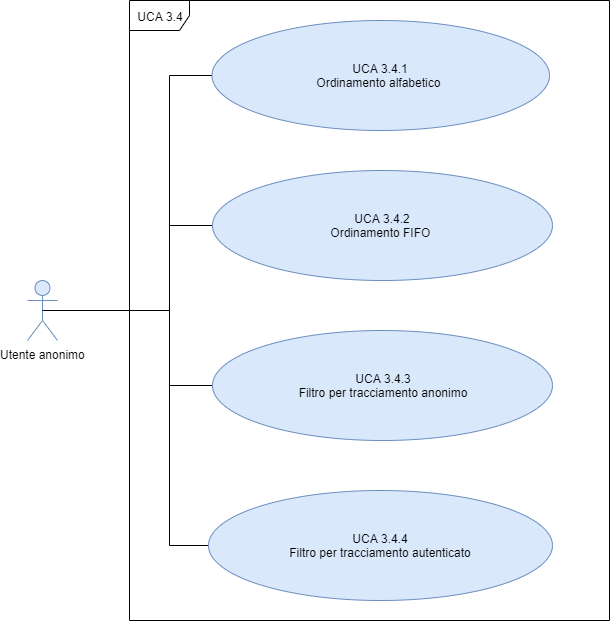
The draw.io diagram DocumentazioneEsterna/AnalisiRequisiti/sezioni/UseCase/Immagini/UCA3.4.png in qb-team/Stalker-Documentazione, before a commit. Source tidied: cells renumbered, new cells last; positions are measured from the earlier drawing's top-left corner, leaving out a move shared by most shapes. Its diagram source:
```xml
<mxGraphModel>
  <root>
    <mxCell id="0" />
    <mxCell id="1" parent="0" />
    <mxCell id="2" value="UCA 3.4" style="shape=umlFrame;whiteSpace=wrap;html=1;fontFamily=Helvetica;fontSize=12;" parent="1" vertex="1">
      <mxGeometry x="102" width="480" height="620" as="geometry" />
    </mxCell>
    <mxCell id="3" value="Utente anonimo" style="shape=umlActor;verticalLabelPosition=bottom;labelBackgroundColor=#ffffff;verticalAlign=top;html=1;outlineConnect=0;fillColor=#dae8fc;strokeColor=#6c8ebf;fontFamily=Helvetica;fontSize=12;" parent="1" vertex="1">
      <mxGeometry y="280" width="30" height="60" as="geometry" />
    </mxCell>
    <mxCell id="4" style="edgeStyle=orthogonalEdgeStyle;rounded=0;jettySize=auto;html=1;exitX=0;exitY=0.5;exitDx=0;exitDy=0;entryX=0.5;entryY=0.5;entryDx=0;entryDy=0;entryPerimeter=0;endArrow=none;endFill=0;fontFamily=Helvetica;fontSize=12;" parent="1" edge="1" source="5" target="3">
      <mxGeometry relative="1" as="geometry">
        <Array as="points">
          <mxPoint x="142" y="75" />
          <mxPoint x="142" y="310" />
        </Array>
      </mxGeometry>
    </mxCell>
    <mxCell id="5" value="&lt;span style=&quot;font-size: 12px ; white-space: normal&quot;&gt;UCA 3.4.1&lt;br&gt;Ordinamento alfabetico&amp;nbsp;&lt;/span&gt;" style="ellipse;whiteSpace=wrap;html=1;fillColor=#dae8fc;strokeColor=#6c8ebf;fontFamily=Helvetica;fontSize=12;" parent="1" vertex="1">
      <mxGeometry x="184.5" y="20" width="337.5" height="110" as="geometry" />
    </mxCell>
    <mxCell id="6" style="edgeStyle=orthogonalEdgeStyle;rounded=0;jettySize=auto;html=1;exitX=0;exitY=0.5;exitDx=0;exitDy=0;endArrow=none;endFill=0;fontFamily=Helvetica;fontSize=12;" parent="1" edge="1" source="7">
      <mxGeometry relative="1" as="geometry">
        <mxPoint x="142" y="225" as="targetPoint" />
      </mxGeometry>
    </mxCell>
    <mxCell id="7" value="&lt;span style=&quot;line-height: 107% ; font-size: 12px&quot;&gt;&lt;font style=&quot;font-size: 12px&quot;&gt;UCA 3.4.2&lt;br&gt;Ordinamento FIFO&amp;nbsp;&lt;/font&gt;&lt;/span&gt;" style="ellipse;whiteSpace=wrap;html=1;fillColor=#dae8fc;strokeColor=#6c8ebf;fontFamily=Helvetica;fontSize=12;" parent="1" vertex="1">
      <mxGeometry x="185" y="170" width="340" height="110" as="geometry" />
    </mxCell>
    <mxCell id="8" style="edgeStyle=orthogonalEdgeStyle;rounded=0;jettySize=auto;html=1;exitX=0;exitY=0.5;exitDx=0;exitDy=0;endArrow=none;endFill=0;fontFamily=Helvetica;fontSize=12;" parent="1" edge="1" source="9">
      <mxGeometry relative="1" as="geometry">
        <mxPoint x="142" y="380" as="targetPoint" />
      </mxGeometry>
    </mxCell>
    <mxCell id="9" value="&lt;span style=&quot;line-height: 107% ; font-size: 12px&quot;&gt;&lt;font style=&quot;font-size: 12px&quot;&gt;UCA 3.4.4&lt;br&gt;&lt;span style=&quot;line-height: 107% ; font-size: 12px&quot;&gt;Filtro per tracciamento autenticato&lt;/span&gt;&lt;/font&gt;&lt;br style=&quot;font-size: 12px&quot;&gt;&lt;/span&gt;" style="ellipse;whiteSpace=wrap;html=1;fillColor=#dae8fc;strokeColor=#6c8ebf;fontFamily=Helvetica;fontSize=12;" parent="1" vertex="1">
      <mxGeometry x="181" y="490" width="344" height="110" as="geometry" />
    </mxCell>
    <mxCell id="10" style="edgeStyle=orthogonalEdgeStyle;rounded=0;jettySize=auto;html=1;exitX=0;exitY=0.5;exitDx=0;exitDy=0;endArrow=none;endFill=0;fontFamily=Helvetica;fontSize=12;" parent="1" edge="1" source="11">
      <mxGeometry relative="1" as="geometry">
        <mxPoint x="142" y="310" as="targetPoint" />
      </mxGeometry>
    </mxCell>
    <mxCell id="11" value="&lt;span style=&quot;line-height: 107% ; font-size: 12px&quot;&gt;&lt;font style=&quot;font-size: 12px&quot;&gt;UCA 3.4.3&lt;br&gt;Filtro per tracciamento anonimo&lt;/font&gt;&lt;/span&gt;" style="ellipse;whiteSpace=wrap;html=1;fillColor=#dae8fc;strokeColor=#6c8ebf;fontFamily=Helvetica;fontSize=12;" parent="1" vertex="1">
      <mxGeometry x="185" y="330" width="340" height="110" as="geometry" />
    </mxCell>
  </root>
</mxGraphModel>
```
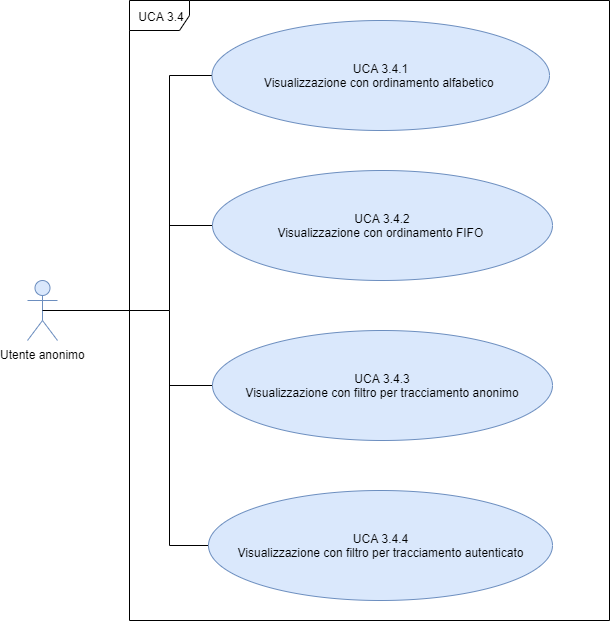
After the change.

What changed in the source:
```diff
@@ -16,7 +16,7 @@
         </Array>
       </mxGeometry>
     </mxCell>
-    <mxCell id="5" value="&lt;span style=&quot;font-size: 12px ; white-space: normal&quot;&gt;UCA 3.4.1&lt;br&gt;Ordinamento alfabetico&amp;nbsp;&lt;/span&gt;" style="ellipse;whiteSpace=wrap;html=1;fillColor=#dae8fc;strokeColor=#6c8ebf;fontFamily=Helvetica;fontSize=12;" parent="1" vertex="1">
+    <mxCell id="5" value="UCA 3.4.1&lt;br&gt;Visualizzazione con ordinamento alfabetico&amp;nbsp;" style="ellipse;whiteSpace=wrap;html=1;fillColor=#dae8fc;strokeColor=#6c8ebf;fontFamily=Helvetica;fontSize=12;" parent="1" vertex="1">
       <mxGeometry x="184.5" y="20" width="337.5" height="110" as="geometry" />
     </mxCell>
     <mxCell id="6" style="edgeStyle=orthogonalEdgeStyle;rounded=0;jettySize=auto;html=1;exitX=0;exitY=0.5;exitDx=0;exitDy=0;endArrow=none;endFill=0;fontFamily=Helvetica;fontSize=12;" parent="1" edge="1" source="7">
@@ -24,7 +24,7 @@
         <mxPoint x="142" y="225" as="targetPoint" />
       </mxGeometry>
     </mxCell>
-    <mxCell id="7" value="&lt;span style=&quot;line-height: 107% ; font-size: 12px&quot;&gt;&lt;font style=&quot;font-size: 12px&quot;&gt;UCA 3.4.2&lt;br&gt;Ordinamento FIFO&amp;nbsp;&lt;/font&gt;&lt;/span&gt;" style="ellipse;whiteSpace=wrap;html=1;fillColor=#dae8fc;strokeColor=#6c8ebf;fontFamily=Helvetica;fontSize=12;" parent="1" vertex="1">
+    <mxCell id="7" value="&lt;span style=&quot;line-height: 107% ; font-size: 12px&quot;&gt;&lt;font style=&quot;font-size: 12px&quot;&gt;UCA 3.4.2&lt;br&gt;Visualizzazione con ordinamento FIFO&amp;nbsp;&lt;/font&gt;&lt;/span&gt;" style="ellipse;whiteSpace=wrap;html=1;fillColor=#dae8fc;strokeColor=#6c8ebf;fontFamily=Helvetica;fontSize=12;" parent="1" vertex="1">
       <mxGeometry x="185" y="170" width="340" height="110" as="geometry" />
     </mxCell>
     <mxCell id="8" style="edgeStyle=orthogonalEdgeStyle;rounded=0;jettySize=auto;html=1;exitX=0;exitY=0.5;exitDx=0;exitDy=0;endArrow=none;endFill=0;fontFamily=Helvetica;fontSize=12;" parent="1" edge="1" source="9">
@@ -32,7 +32,7 @@
         <mxPoint x="142" y="380" as="targetPoint" />
       </mxGeometry>
     </mxCell>
-    <mxCell id="9" value="&lt;span style=&quot;line-height: 107% ; font-size: 12px&quot;&gt;&lt;font style=&quot;font-size: 12px&quot;&gt;UCA 3.4.4&lt;br&gt;&lt;span style=&quot;line-height: 107% ; font-size: 12px&quot;&gt;Filtro per tracciamento autenticato&lt;/span&gt;&lt;/font&gt;&lt;br style=&quot;font-size: 12px&quot;&gt;&lt;/span&gt;" style="ellipse;whiteSpace=wrap;html=1;fillColor=#dae8fc;strokeColor=#6c8ebf;fontFamily=Helvetica;fontSize=12;" parent="1" vertex="1">
+    <mxCell id="9" value="&lt;span style=&quot;line-height: 107% ; font-size: 12px&quot;&gt;&lt;font style=&quot;font-size: 12px&quot;&gt;UCA 3.4.4&lt;br&gt;&lt;span style=&quot;line-height: 107% ; font-size: 12px&quot;&gt;Visualizzazione con filtro per tracciamento autenticato&lt;/span&gt;&lt;/font&gt;&lt;br style=&quot;font-size: 12px&quot;&gt;&lt;/span&gt;" style="ellipse;whiteSpace=wrap;html=1;fillColor=#dae8fc;strokeColor=#6c8ebf;fontFamily=Helvetica;fontSize=12;" parent="1" vertex="1">
       <mxGeometry x="181" y="490" width="344" height="110" as="geometry" />
     </mxCell>
     <mxCell id="10" style="edgeStyle=orthogonalEdgeStyle;rounded=0;jettySize=auto;html=1;exitX=0;exitY=0.5;exitDx=0;exitDy=0;endArrow=none;endFill=0;fontFamily=Helvetica;fontSize=12;" parent="1" edge="1" source="11">
@@ -40,7 +40,7 @@
         <mxPoint x="142" y="310" as="targetPoint" />
       </mxGeometry>
     </mxCell>
-    <mxCell id="11" value="&lt;span style=&quot;line-height: 107% ; font-size: 12px&quot;&gt;&lt;font style=&quot;font-size: 12px&quot;&gt;UCA 3.4.3&lt;br&gt;Filtro per tracciamento anonimo&lt;/font&gt;&lt;/span&gt;" style="ellipse;whiteSpace=wrap;html=1;fillColor=#dae8fc;strokeColor=#6c8ebf;fontFamily=Helvetica;fontSize=12;" parent="1" vertex="1">
+    <mxCell id="11" value="&lt;span style=&quot;line-height: 107% ; font-size: 12px&quot;&gt;&lt;font style=&quot;font-size: 12px&quot;&gt;UCA 3.4.3&lt;br&gt;Visualizzazione con filtro per tracciamento anonimo&lt;/font&gt;&lt;/span&gt;" style="ellipse;whiteSpace=wrap;html=1;fillColor=#dae8fc;strokeColor=#6c8ebf;fontFamily=Helvetica;fontSize=12;" parent="1" vertex="1">
       <mxGeometry x="185" y="330" width="340" height="110" as="geometry" />
     </mxCell>
   </root>
```
